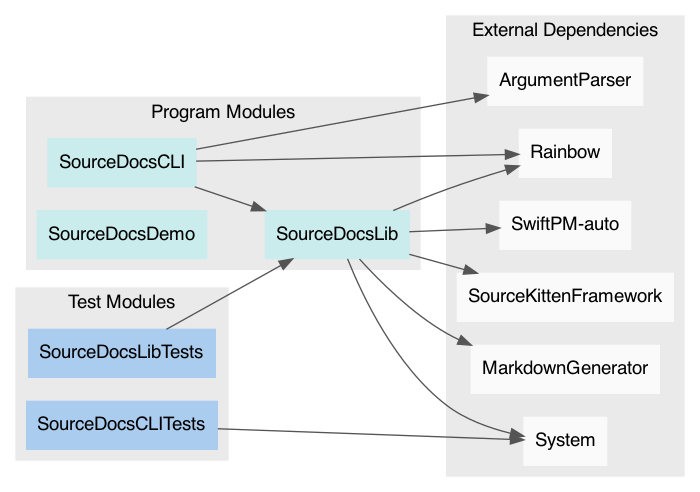
Before: docs/PackageModules.png, a diagram exported from Graphviz (SourceDocs/SourceDocs). Its source is kept beside it as docs/PackageModules.dot. Its diagram source:
```dot
digraph ModuleDependencyGraph {
    rankdir = LR
    graph [fontname="Helvetica-light", style = filled, color = "#eaeaea"]
    node [shape=box, fontname="Helvetica", style=filled]
    edge [color="#545454"]

    subgraph clusterRegular {
    label = "Program Modules"
    node [color="#caecec"]
    "SourceDocsCLI"
    "SourceDocsLib"
    "SourceDocsDemo"
}
    subgraph clusterTest {
    label = "Test Modules"
    node [color="#aaccee"]
    "SourceDocsCLITests"
    "SourceDocsLibTests"
}
    subgraph clusterExternal {
    label = "External Dependencies"
    node [color="#fafafa"]
    "ArgumentParser"
    "MarkdownGenerator"
    "Rainbow"
    "SourceKittenFramework"
    "SwiftPM-auto"
    "System"
}

    "SourceDocsCLI" -> "ArgumentParser"
    "SourceDocsCLI" -> "SourceDocsLib"
    "SourceDocsCLI" -> "Rainbow"
    "SourceDocsLib" -> "SourceKittenFramework"
    "SourceDocsLib" -> "SwiftPM-auto"
    "SourceDocsLib" -> "MarkdownGenerator"
    "SourceDocsLib" -> "Rainbow"
    "SourceDocsLib" -> "System"
    "SourceDocsCLITests" -> "System"
    "SourceDocsLibTests" -> "SourceDocsLib"
}
```
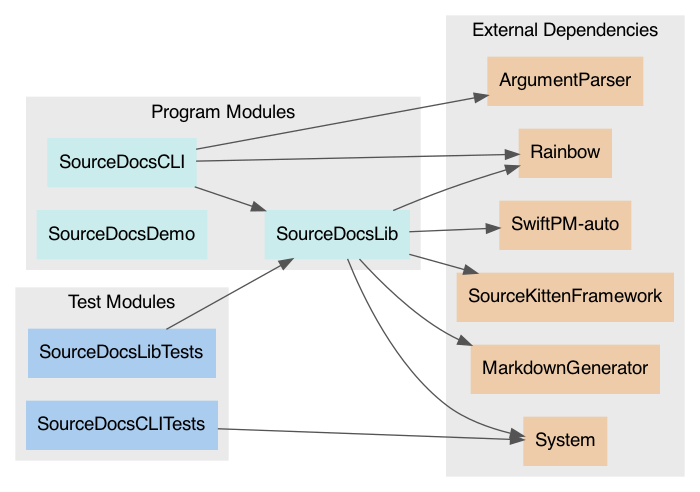
After the change.

The edit, as a diff of the source:
```diff
@@ -5,28 +5,28 @@
     edge [color="#545454"]
 
     subgraph clusterRegular {
-    label = "Program Modules"
-    node [color="#caecec"]
-    "SourceDocsCLI"
-    "SourceDocsLib"
-    "SourceDocsDemo"
-}
+        label = "Program Modules"
+        node [color="#caecec"]
+        "SourceDocsCLI"
+        "SourceDocsLib"
+        "SourceDocsDemo"
+    }
     subgraph clusterTest {
-    label = "Test Modules"
-    node [color="#aaccee"]
-    "SourceDocsCLITests"
-    "SourceDocsLibTests"
-}
+        label = "Test Modules"
+        node [color="#aaccee"]
+        "SourceDocsCLITests"
+        "SourceDocsLibTests"
+    }
     subgraph clusterExternal {
-    label = "External Dependencies"
-    node [color="#fafafa"]
-    "ArgumentParser"
-    "MarkdownGenerator"
-    "Rainbow"
-    "SourceKittenFramework"
-    "SwiftPM-auto"
-    "System"
-}
+        label = "External Dependencies"
+        node [color="#eeccaa"]
+        "ArgumentParser"
+        "MarkdownGenerator"
+        "Rainbow"
+        "SourceKittenFramework"
+        "SwiftPM-auto"
+        "System"
+    }
 
     "SourceDocsCLI" -> "ArgumentParser"
     "SourceDocsCLI" -> "SourceDocsLib"
```
